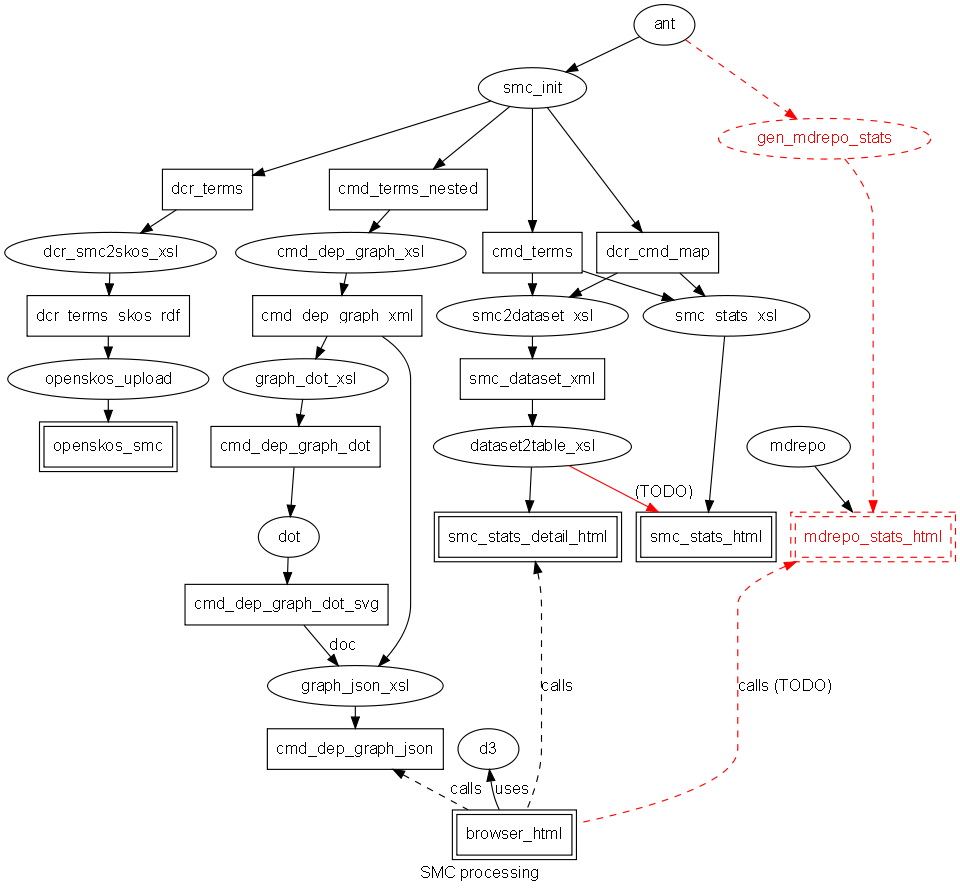
Above: docs/smc_processing.png in acdh-oeaw/graphviewer (Graphviz), before the change. Its source is kept beside it as docs/smc_processing.dot.
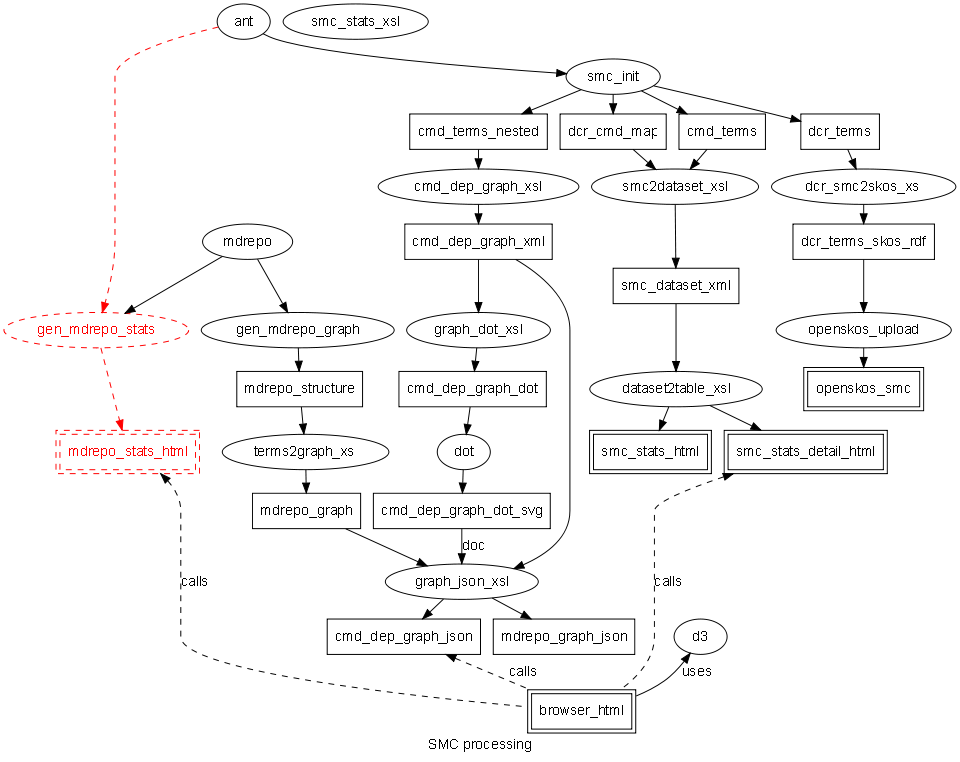
After the commit.

Commit message:
graph now also reflects generation of instance data stats from mdrepo

Change to the diagram source:
```diff
@@ -35,6 +35,10 @@
 cmd_dep_graph_json;
 smc_dataset_xml;
 dcr_terms_skos_rdf;
+mdrepo_structure;
+mdrepo_graph;
+mdrepo_graph_json;
+
 
 
 /* processing, code  */
@@ -45,8 +49,10 @@
 	d3;
 	dot;
 	smc_init;
+	gen_mdrepo_graph;
 	cmd_dep_graph_xsl;
 	graph_dot_xsl;
+	terms2graph_xsl;
 	graph_json_xsl;
 	dcr_smc2skos_xsl;
 	smc_stats_xsl;
@@ -89,17 +95,19 @@
 d3 -> browser_html [dir=back, label=uses];
 cmd_dep_graph_json -> browser_html [dir=back, style=dashed, label=calls];
 smc_stats_detail_html -> browser_html [dir=back, style=dashed, label=calls];
-mdrepo -> mdrepo_stats_html;
+mdrepo -> gen_mdrepo_stats;
 ant -> gen_mdrepo_stats ->  mdrepo_stats_html [color=red,style=dashed];
-mdrepo_stats_html -> browser_html [dir=back, style=dashed, label="calls (TODO)", color=red];
+mdrepo_stats_html -> browser_html [dir=back, style=dashed, label="calls"];
+mdrepo -> gen_mdrepo_graph -> mdrepo_structure -> terms2graph_xsl -> mdrepo_graph -> graph_json_xsl -> mdrepo_graph_json;
 
-
+/* obsoleted
 dcr_cmd_map -> smc_stats_xsl -> smc_stats_html;
 cmd_terms -> smc_stats_xsl;
+*/
 dcr_cmd_map -> smc2dataset_xsl -> smc_dataset_xml -> dataset2table_xsl -> smc_stats_detail_html;
 cmd_terms -> smc2dataset_xsl;
 
-dataset2table_xsl -> smc_stats_html [label="(TODO)", color=red];
+dataset2table_xsl -> smc_stats_html;
 
 dcr_terms -> dcr_smc2skos_xsl -> dcr_terms_skos_rdf -> openskos_upload -> openskos_smc;
 
```
